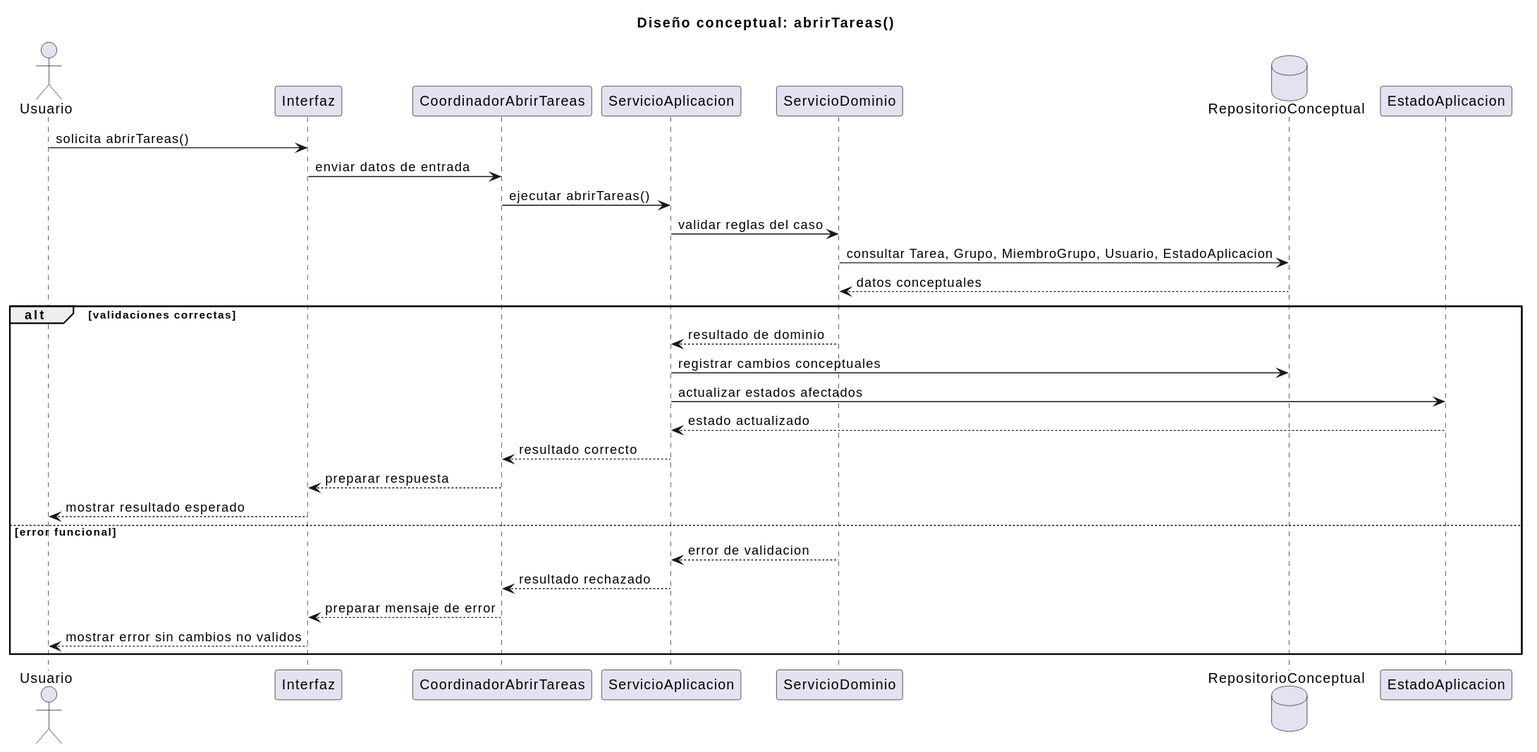
Before: documents/RUP/02-diseño/casos-uso/gestion-tareas/abrirTareas/secuencia.svg, a diagram exported from PlantUML (inigovaqueroo04/25-26-idsw2-sdVC).
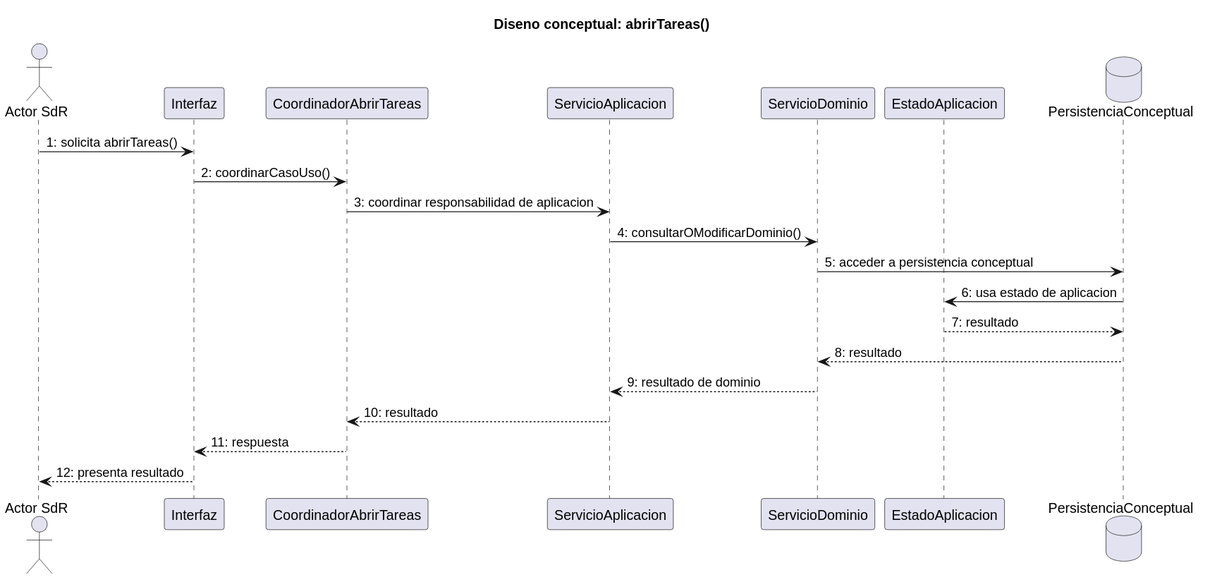
After the change.

Commit message:
docs: ajustar diseno de abrir tareas

What changed in the source:
```diff
@@ -1,33 +1,24 @@
 @startuml
-title Diseño conceptual: abrirTareas()
+title Diseno conceptual: abrirTareas()
 
-actor "Usuario" as Usuario
+actor "Actor SdR" as Actor
 participant "Interfaz" as Interfaz
 participant "CoordinadorAbrirTareas" as Coordinador
 participant "ServicioAplicacion" as ServicioAplicacion
 participant "ServicioDominio" as ServicioDominio
-database "RepositorioConceptual" as Repositorio
 participant "EstadoAplicacion" as EstadoAplicacion
+database "PersistenciaConceptual" as Persistencia
 
-Usuario -> Interfaz : solicita abrirTareas()
-Interfaz -> Coordinador : enviar datos de entrada
-Coordinador -> ServicioAplicacion : ejecutar abrirTareas()
-ServicioAplicacion -> ServicioDominio : validar reglas del caso
-ServicioDominio -> Repositorio : consultar Tarea, Grupo, MiembroGrupo, Usuario, EstadoAplicacion
-Repositorio --> ServicioDominio : datos conceptuales
-
-alt validaciones correctas
-  ServicioDominio --> ServicioAplicacion : resultado de dominio
-  ServicioAplicacion -> Repositorio : registrar cambios conceptuales
-  ServicioAplicacion -> EstadoAplicacion : actualizar estados afectados
-  EstadoAplicacion --> ServicioAplicacion : estado actualizado
-  ServicioAplicacion --> Coordinador : resultado correcto
-  Coordinador --> Interfaz : preparar respuesta
-  Interfaz --> Usuario : mostrar resultado esperado
-else error funcional
-  ServicioDominio --> ServicioAplicacion : error de validacion
-  ServicioAplicacion --> Coordinador : resultado rechazado
-  Coordinador --> Interfaz : preparar mensaje de error
-  Interfaz --> Usuario : mostrar error sin cambios no validos
-end
+Actor -> Interfaz : 1: solicita abrirTareas()
+Interfaz -> Coordinador : 2: coordinarCasoUso()
+Coordinador -> ServicioAplicacion : 3: coordinar responsabilidad de aplicacion
+ServicioAplicacion -> ServicioDominio : 4: consultarOModificarDominio()
+ServicioDominio -> Persistencia : 5: acceder a persistencia conceptual
+Persistencia -> EstadoAplicacion : 6: usa estado de aplicacion
+EstadoAplicacion --> Persistencia : 7: resultado
+Persistencia --> ServicioDominio : 8: resultado
+ServicioDominio --> ServicioAplicacion : 9: resultado de dominio
+ServicioAplicacion --> Coordinador : 10: resultado
+Coordinador --> Interfaz : 11: respuesta
+Interfaz --> Actor : 12: presenta resultado
 @enduml
```
